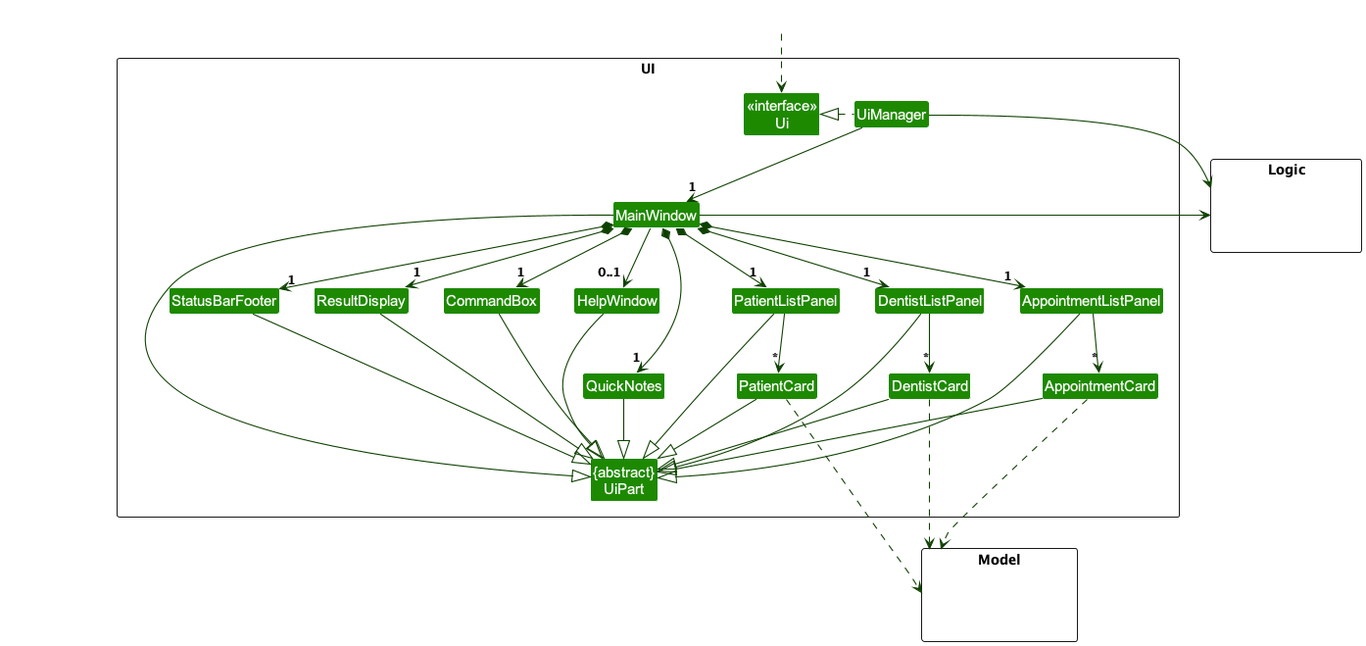
techjay-c/tp keeps this PlantUML diagram as docs/images/UiClassDiagram.png. Above is the earlier version.
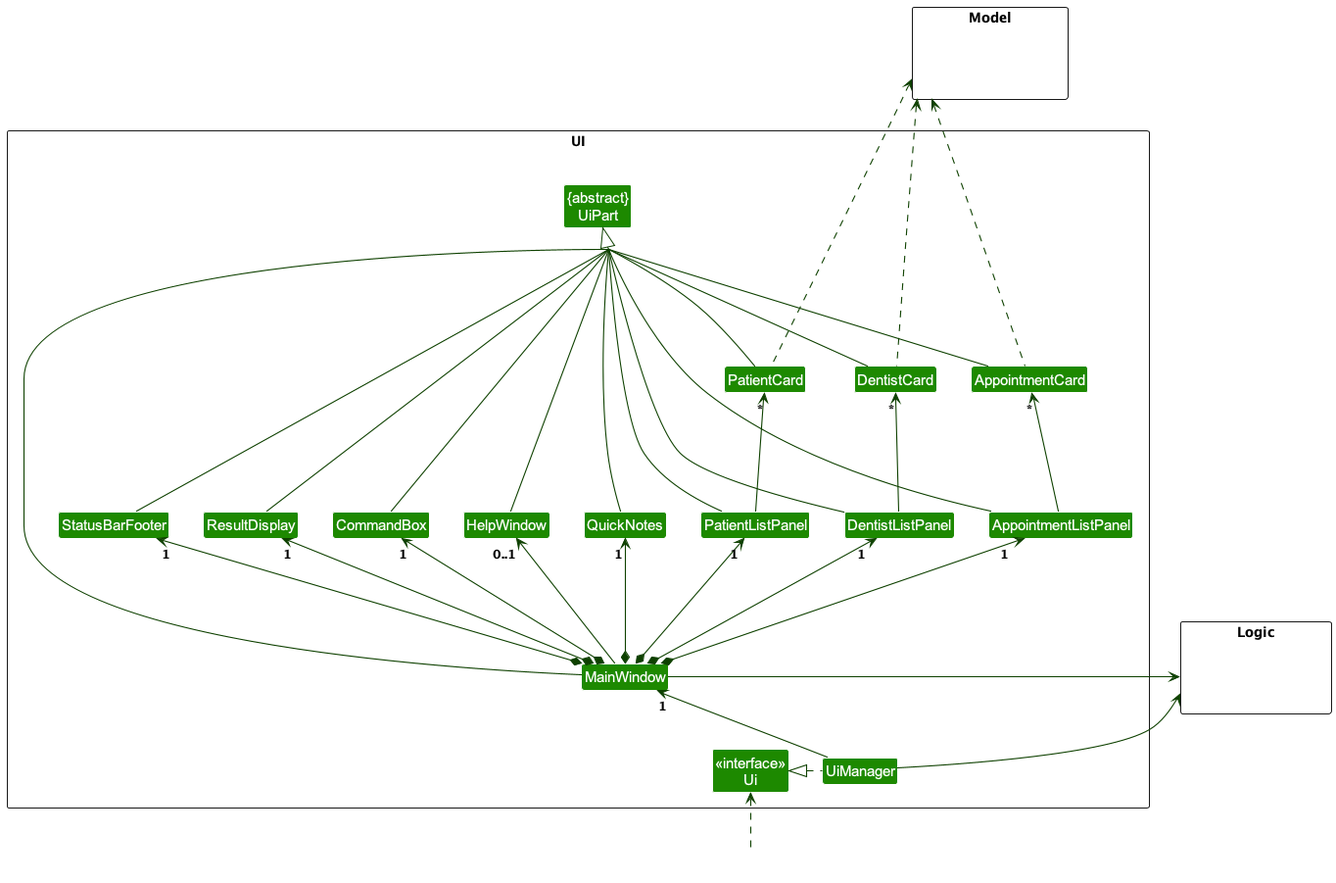
Above is the later version.

What changed in the source:
```diff
@@ -32,50 +32,52 @@
 }
 
 Class HiddenOutside #FFFFFF
-HiddenOutside ..> Ui
+HiddenOutside .up.> Ui
+
+MainWindow *-up-->  "1" CommandBox
+MainWindow *-up--> "1" ResultDisplay
+MainWindow *-up--> "1" PatientListPanel
+MainWindow *-up--> "1" DentistListPanel
+MainWindow *-up--> "1" AppointmentListPanel
+MainWindow *-up--> "1" StatusBarFooter
+MainWindow *-up--> "1" QuickNotes
+MainWindow -up-> "0..1" HelpWindow
+
+PatientListPanel -up--> "*" PatientCard
+DentistListPanel -up--> "*" DentistCard
+AppointmentListPanel -up--> "*" AppointmentCard
+
+MainWindow -up-|> UiPart
+
+ResultDisplay -up--|> UiPart
+CommandBox -up--|> UiPart
+PatientListPanel -up--|> UiPart
+DentistListPanel -up--|> UiPart
+AppointmentListPanel -up--|> UiPart
+PatientCard -up--|> UiPart
+DentistCard -up--|> UiPart
+AppointmentCard -up--|> UiPart
+QuickNotes -up--|> UiPart
+StatusBarFooter -up--|> UiPart
+HelpWindow -up--|> UiPart
+
+PatientCard .up...> Model
+DentistCard .up...> Model
+AppointmentCard .up...> Model
 
 UiManager .left.|> Ui
-UiManager -down-> "1" MainWindow
-MainWindow *-down->  "1" CommandBox
-MainWindow *-down-> "1" ResultDisplay
-MainWindow *-down-> "1" PatientListPanel
-MainWindow *-down-> "1" DentistListPanel
-MainWindow *-down-> "1" AppointmentListPanel
-MainWindow *-down-> "1" StatusBarFooter
-MainWindow *-down-> "1" QuickNotes
-MainWindow --> "0..1" HelpWindow
+UiManager -up-> "1" MainWindow
 
-PatientListPanel -down-> "*" PatientCard
-DentistListPanel -down-> "*" DentistCard
-AppointmentListPanel -down-> "*" AppointmentCard
-
-MainWindow -left-|> UiPart
-
-ResultDisplay --|> UiPart
-CommandBox --|> UiPart
-PatientListPanel --|> UiPart
-DentistListPanel --|> UiPart
-AppointmentListPanel --|> UiPart
-PatientCard --|> UiPart
-DentistCard --|> UiPart
-AppointmentCard --|> UiPart
-QuickNotes --|> UiPart
-StatusBarFooter --|> UiPart
-HelpWindow --|> UiPart
-
-PatientCard ..> Model
-DentistCard ..> Model
-AppointmentCard ...> Model
-
-UiManager -right-> Logic
-MainWindow -left-> Logic
+UiManager -left---> Logic
+MainWindow -left--> Logic
 
 AppointmentListPanel -[hidden]left- DentistListPanel
 DentistListPanel -[hidden]left- PatientListPanel
-PatientListPanel -[hidden]left- HelpWindow
+PatientListPanel -[hidden]left- QuickNotes
+QuickNotes -[hidden]left- HelpWindow
 HelpWindow -[hidden]left- CommandBox
 CommandBox -[hidden]left- ResultDisplay
 ResultDisplay -[hidden]left- StatusBarFooter
 
-MainWindow -[hidden]-|> UiPart
+
 @enduml
```
